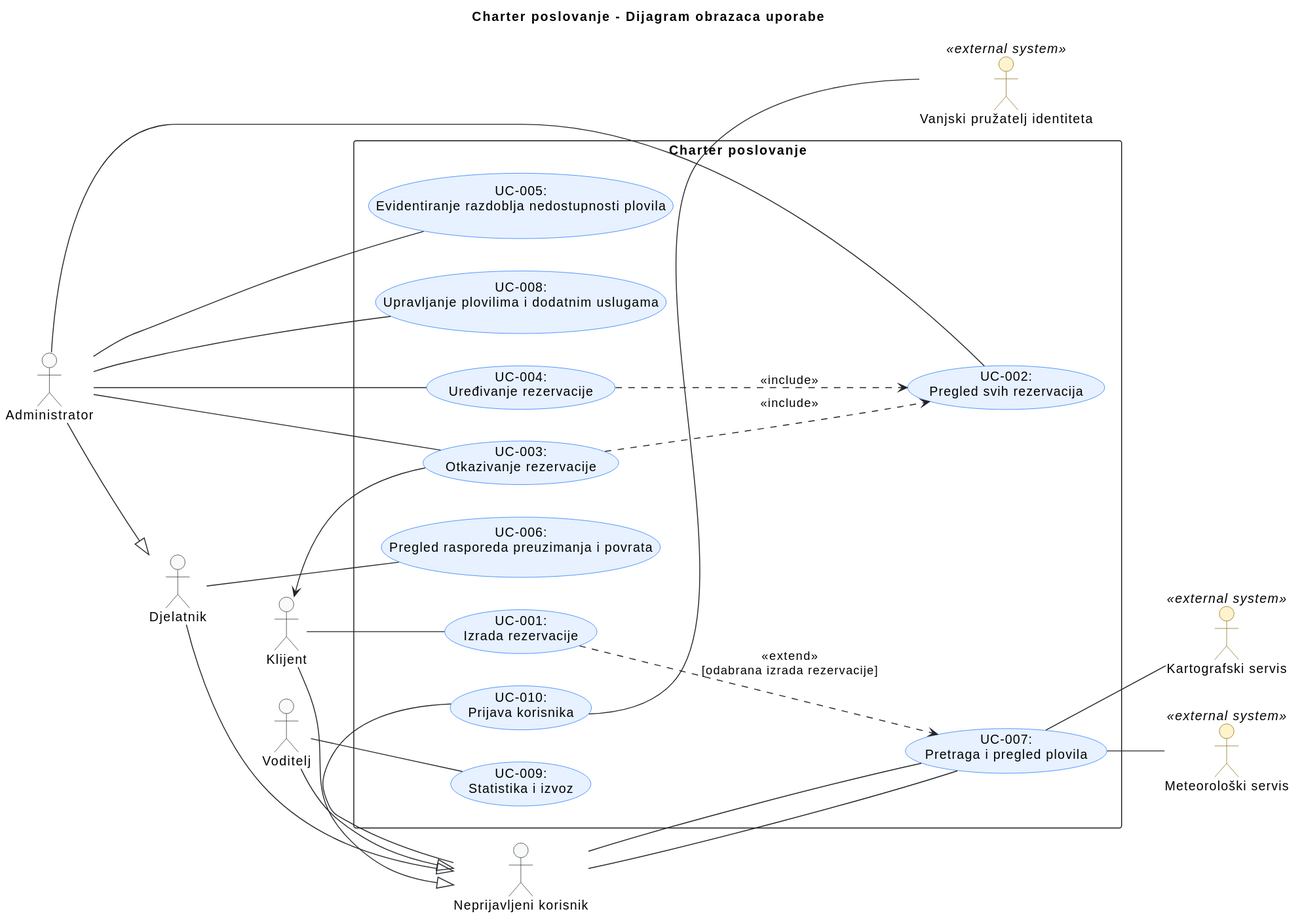
Earlier version of the PlantUML export docs/assets/diagrams/3-1-UC-diagram.svg (auzelac1/PROGI_PROJEKT).
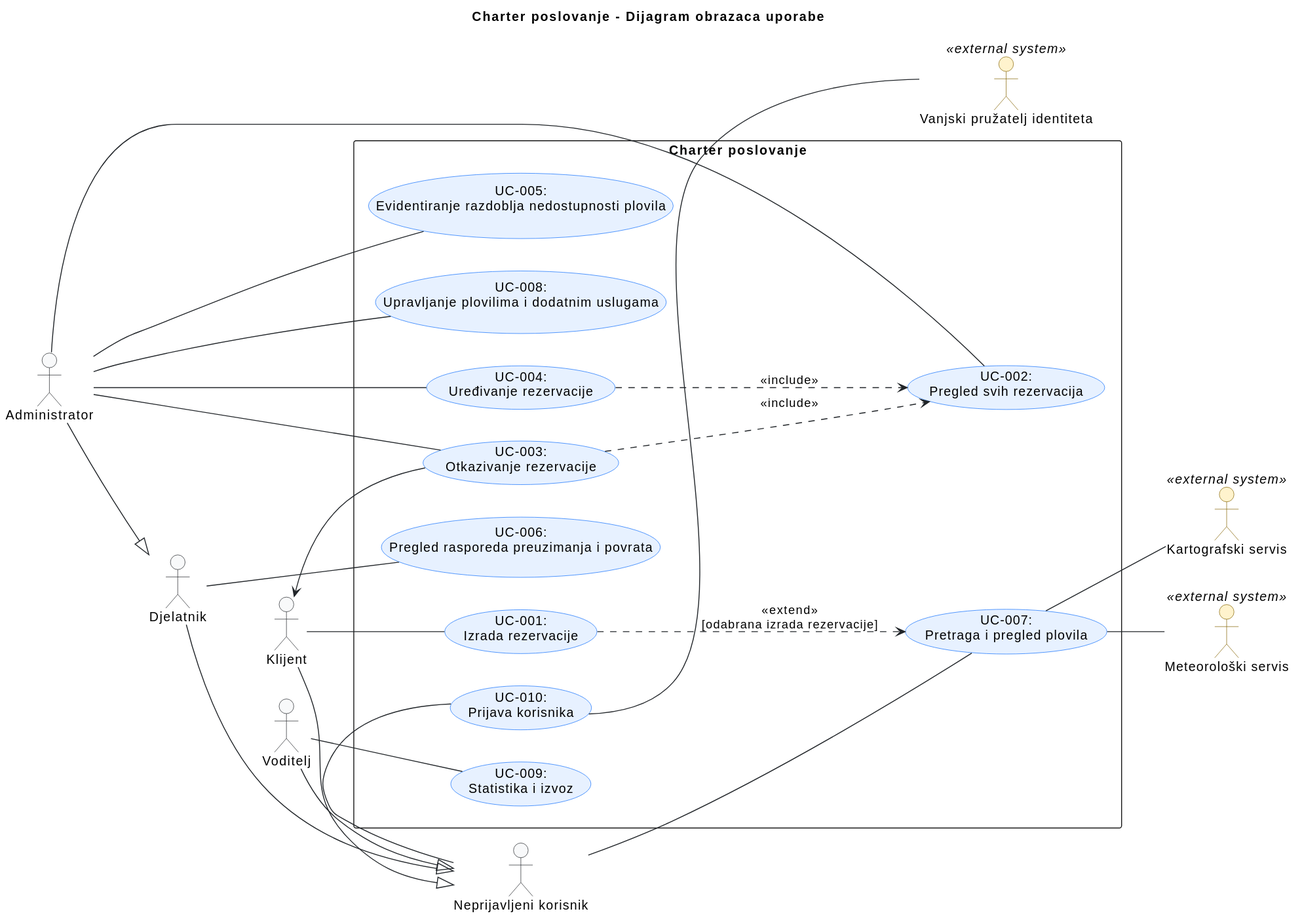
Above is the later version.

Commit message:
Maknuta dupla veza između neprijavljenog korisnika i UC-007

What changed in the source:
```diff
@@ -76,8 +76,6 @@
 
 Neprijavljeni -- pregledPlovila
 
-Neprijavljeni -- pregledPlovila
-
 Admin -- upravljanjePlovilima
 
 Voditelj -- statistika
```
